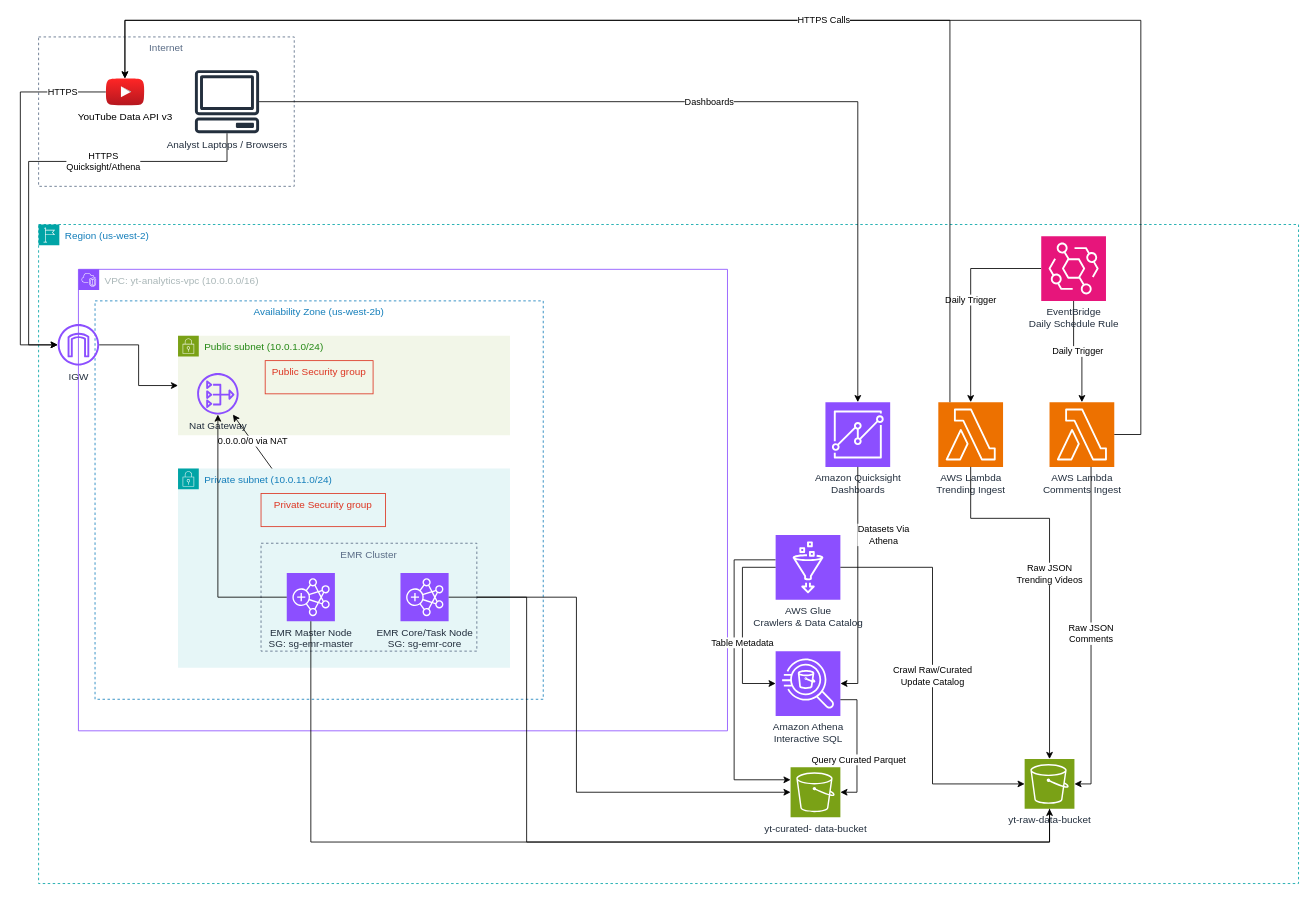
Above: Diagrams/NetworkInfrastructure.drawio in bell-kevin/YouTubePipelineAWS (draw.io), before the change. Source tidied: cells renumbered, new cells numbered last; positions are measured from the earlier drawing's top-left corner, leaving out a move shared by most shapes. Both pictures are drawn from the tidied source at 83%, with x=0, y=0 at pixel (20, 20).
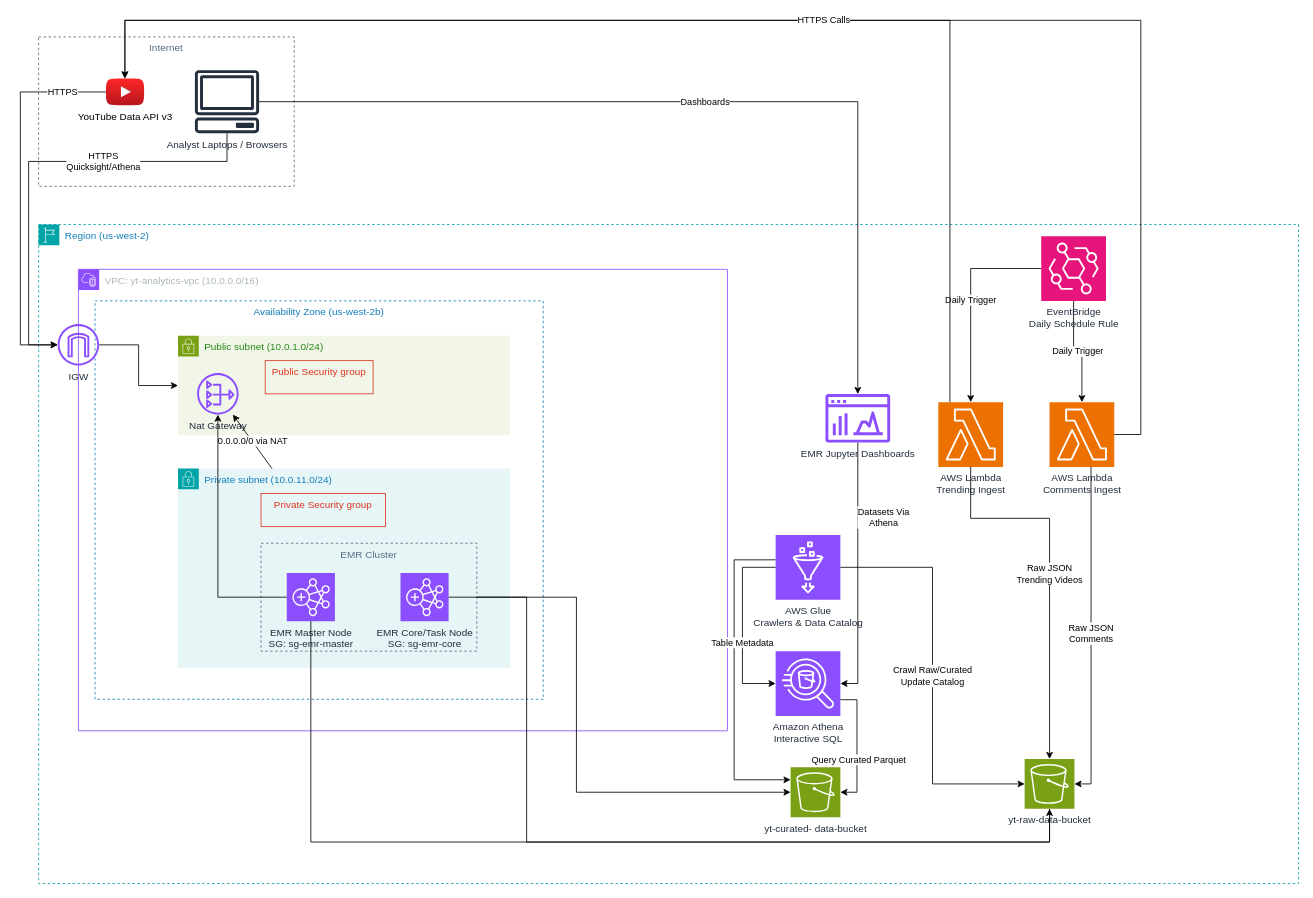
After the change.

The change refers to these unchanged cells:
```xml
<mxCell id="2" value="Region (us-west-2)" style="gradientColor=none;html=1;whiteSpace=wrap;fontSize=12;fontStyle=0;shape=mxgraph.aws4.group;grIcon=mxgraph.aws4.group_region;strokeColor=#00A4A6;fillColor=none;verticalAlign=top;align=left;spacingLeft=30;fontColor=#147EBA;dashed=1;" parent="1" vertex="1">
  <mxGeometry x="22" y="246" width="1518" height="794" as="geometry" />
</mxCell>
<mxCell id="30" value="Amazon Athena&lt;div&gt;Interactive SQL&lt;/div&gt;" style="sketch=0;points=[[0,0,0],[0.25,0,0],[0.5,0,0],[0.75,0,0],[1,0,0],[0,1,0],[0.25,1,0],[0.5,1,0],[0.75,1,0],[1,1,0],[0,0.25,0],[0,0.5,0],[0,0.75,0],[1,0.25,0],[1,0.5,0],[1,0.75,0]];outlineConnect=0;fontColor=#232F3E;fillColor=#8C4FFF;strokeColor=#ffffff;dashed=0;verticalLabelPosition=bottom;verticalAlign=top;align=center;html=1;fontSize=12;fontStyle=0;shape=mxgraph.aws4.resourceIcon;resIcon=mxgraph.aws4.athena;" parent="2" vertex="1">
  <mxGeometry x="888" y="514" width="78" height="78" as="geometry" />
</mxCell>
<mxCell id="42" value="Analyst Laptops / Browsers" style="sketch=0;outlineConnect=0;fontColor=#232F3E;gradientColor=none;fillColor=#232F3D;strokeColor=none;dashed=0;verticalLabelPosition=bottom;verticalAlign=top;align=center;html=1;fontSize=12;fontStyle=0;shape=mxgraph.aws4.client;" parent="1" vertex="1">
  <mxGeometry x="210" y="60" width="78" height="76" as="geometry" />
</mxCell>
```

The edit, as a diff of the source:
```diff
@@
-    <mxCell id="22" value="Amazon Quicksight&lt;div&gt;Dashboards&lt;/div&gt;" style="sketch=0;points=[[0,0,0],[0.25,0,0],[0.5,0,0],[0.75,0,0],[1,0,0],[0,1,0],[0.25,1,0],[0.5,1,0],[0.75,1,0],[1,1,0],[0,0.25,0],[0,0.5,0],[0,0.75,0],[1,0.25,0],[1,0.5,0],[1,0.75,0]];outlineConnect=0;fontColor=#232F3E;fillColor=#8C4FFF;strokeColor=#ffffff;dashed=0;verticalLabelPosition=bottom;verticalAlign=top;align=center;html=1;fontSize=12;fontStyle=0;shape=mxgraph.aws4.resourceIcon;resIcon=mxgraph.aws4.quicksight;" parent="2" vertex="1">
-      <mxGeometry x="948" y="214" width="78" height="78" as="geometry" />
-    </mxCell>
@@
-    <mxCell id="33" value="Datasets Via&lt;div&gt;Athena&lt;/div&gt;" style="edgeStyle=orthogonalEdgeStyle;rounded=0;jettySize=auto;html=1;entryX=1;entryY=0.5;entryDx=0;entryDy=0;entryPerimeter=0;" parent="2" edge="1" source="22" target="30">
+    <mxCell id="33" value="Datasets Via&lt;div&gt;Athena&lt;/div&gt;" style="edgeStyle=orthogonalEdgeStyle;rounded=0;jettySize=auto;html=1;entryX=1;entryY=0.5;entryDx=0;entryDy=0;entryPerimeter=0;" parent="2" edge="1" source="45" target="30">
       <mxGeometry x="-0.42" y="31" relative="1" as="geometry" />
     </mxCell>
@@
+    <mxCell id="45" value="EMR Jupyter Dashboards" style="sketch=0;outlineConnect=0;fontColor=#232F3E;gradientColor=none;fillColor=#8C4FFF;strokeColor=none;dashed=0;verticalLabelPosition=bottom;verticalAlign=top;align=center;html=1;fontSize=12;fontStyle=0;shape=mxgraph.aws4.opensearch_dashboards;" parent="2" vertex="1">
+      <mxGeometry x="948" y="204" width="78" height="59" as="geometry" />
+    </mxCell>
@@
-    <mxCell id="41" value="Dashboards" style="edgeStyle=orthogonalEdgeStyle;rounded=0;jettySize=auto;html=1;" parent="1" edge="1" source="42" target="22">
+    <mxCell id="41" value="Dashboards" style="edgeStyle=orthogonalEdgeStyle;rounded=0;jettySize=auto;html=1;" parent="1" edge="1" source="42" target="45">
       <mxGeometry relative="1" as="geometry" />
     </mxCell>
```
